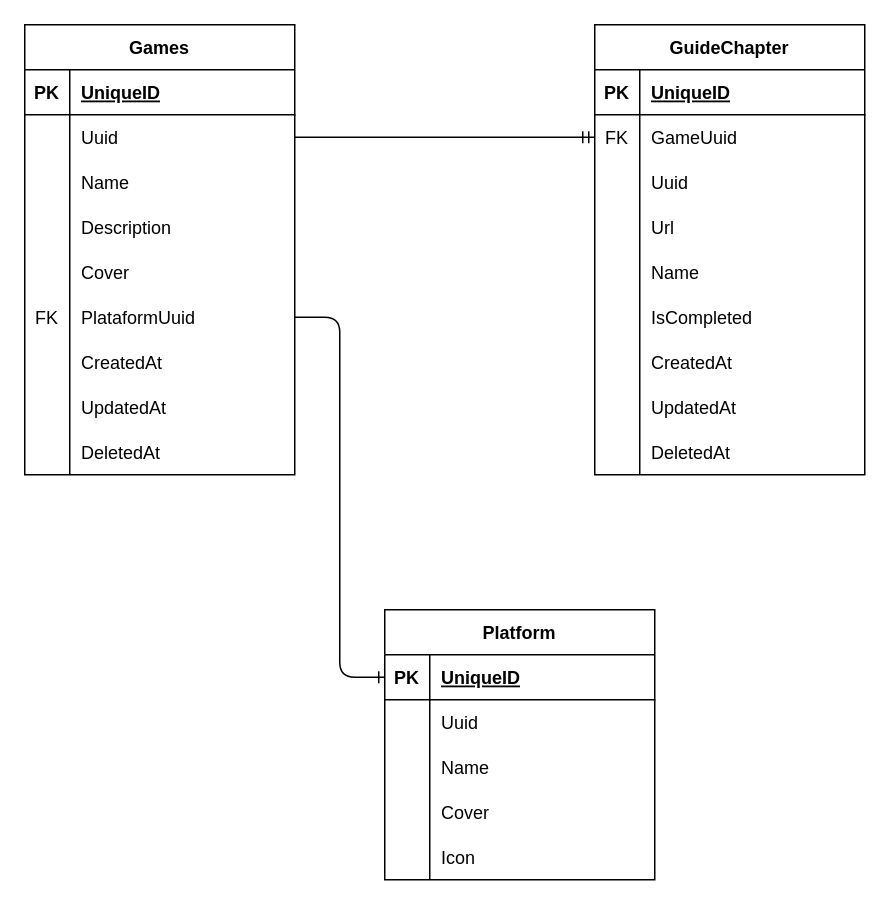
The draw.io diagram architecture.drawio in muriloavila/ludum, before the edit. Source tidied: cells renumbered, new cells numbered last; positions are measured from the earlier drawing's top-left corner, leaving out a move shared by most shapes. Both pictures are drawn from the tidied source at 150%, with x=0, y=0 at pixel (24, 24).
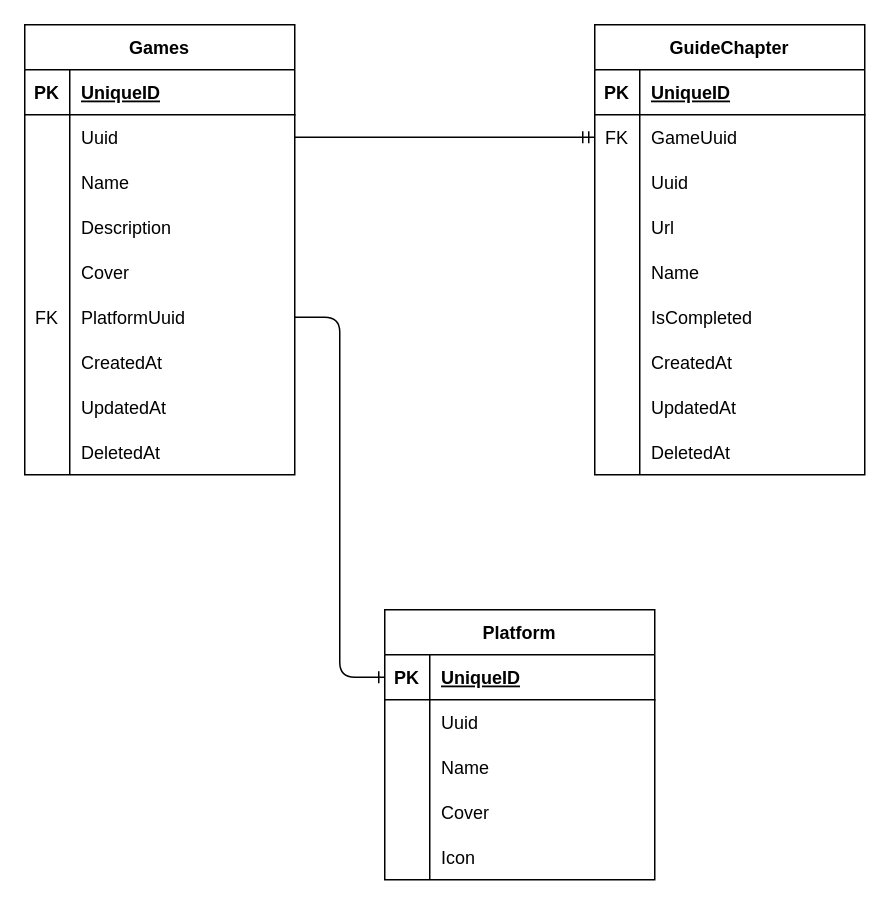
After the change.

The change refers to these unchanged cells:
```xml
<mxCell id="18" style="shape=tableRow;horizontal=0;startSize=0;swimlaneHead=0;swimlaneBody=0;fillColor=none;points=[[0,0.5],[1,0.5]];portConstraint=eastwest;top=0;left=0;right=0;bottom=0;" parent="2" vertex="1">
  <mxGeometry y="180" width="180" height="30" as="geometry" />
</mxCell>
```

Diff of the diagram source:
```diff
@@
-    <mxCell id="20" value="PlataformUuid" style="shape=partialRectangle;fillColor=none;top=0;left=0;bottom=0;right=0;align=left;spacingLeft=6;fontStyle=0;overflow=hidden;" parent="18" vertex="1">
+    <mxCell id="20" value="PlatformUuid" style="shape=partialRectangle;fillColor=none;top=0;left=0;bottom=0;right=0;align=left;spacingLeft=6;fontStyle=0;overflow=hidden;" parent="18" vertex="1">
       <mxGeometry x="30" width="150" height="30" as="geometry" />
     </mxCell>
```
